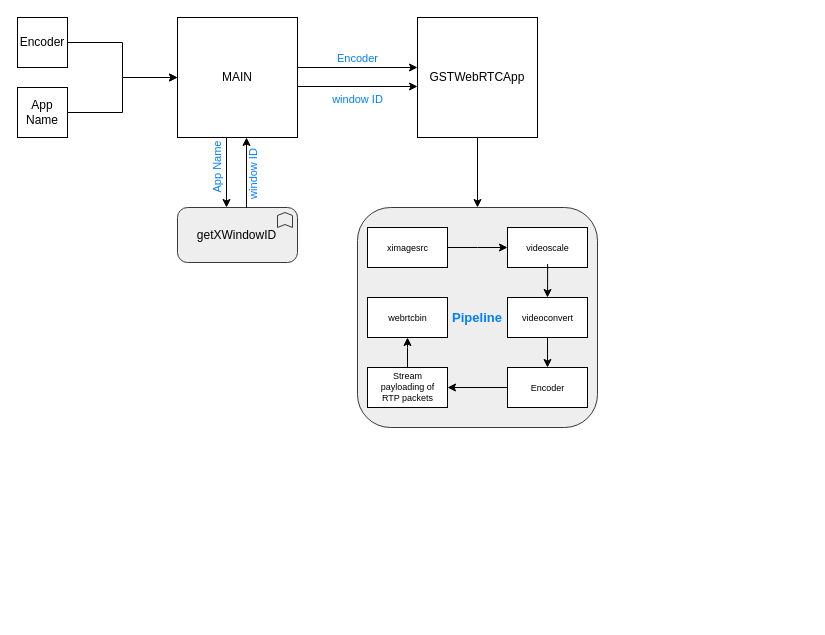
This is page "GStreamer Pipeline" (4 of 6) of docs/img/Architecture.drawio from Truvam/web-3d, a draw.io file, before an edit. Source tidied: cells renumbered, new cells numbered last; positions are measured from the earlier drawing's top-left corner, leaving out a move shared by most shapes. Both pictures are drawn from the tidied source at 100%, with x=0, y=0 at pixel (17, 17).
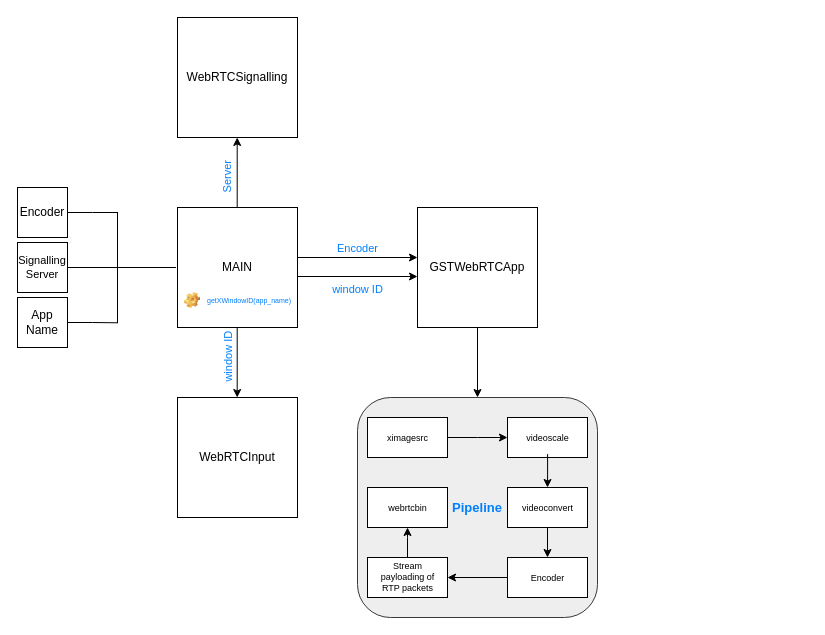
The same diagram, later.

Unchanged cells that the change refers to:
```xml
<mxCell id="3" style="rounded=0;whiteSpace=wrap;html=1;" parent="2" vertex="1">
  <mxGeometry width="120" height="120" as="geometry" />
</mxCell>
<mxCell id="6" style="rounded=0;whiteSpace=wrap;html=1;" parent="5" vertex="1">
  <mxGeometry width="50" height="50" as="geometry" />
</mxCell>
<mxCell id="9" style="rounded=0;whiteSpace=wrap;html=1;" parent="8" vertex="1">
  <mxGeometry width="50" height="50" as="geometry" />
</mxCell>
<mxCell id="23" style="group;" parent="1" vertex="1">
  <mxGeometry x="400" y="10" width="390" height="190" as="geometry" />
</mxCell>
<mxCell id="27" style="rounded=0;whiteSpace=wrap;html=1;" parent="25" vertex="1">
  <mxGeometry width="80" height="40" as="geometry" />
</mxCell>
<mxCell id="44" style="rounded=0;whiteSpace=wrap;html=1;" parent="43" vertex="1">
  <mxGeometry width="80" height="40" as="geometry" />
</mxCell>
```

Change to the diagram source:
```diff
@@
     <mxCell id="2" style="group;" parent="1" vertex="1">
-      <mxGeometry x="160" width="120" height="120" as="geometry" />
+      <mxGeometry x="160" y="190" width="120" height="126" as="geometry" />
     </mxCell>
@@
+    <mxCell id="51" value="getXWindowID(app_name)" style="label;fontStyle=0;strokeColor=none;fillColor=none;align=left;verticalAlign=middle;overflow=hidden;spacingLeft=28;spacingRight=4;imageWidth=16;imageHeight=16;image=img/clipart/Gear_128x128.png;fontSize=7;fontColor=#007FFF;" parent="2" vertex="1">
+      <mxGeometry y="80" width="120" height="26" as="geometry" />
+    </mxCell>
     <mxCell id="5" style="group;" parent="1" vertex="1">
-      <mxGeometry width="50" height="50" as="geometry" />
+      <mxGeometry y="170" width="50" height="50" as="geometry" />
     </mxCell>
@@
     <mxCell id="8" style="group;" parent="1" vertex="1">
-      <mxGeometry y="70" width="50" height="50" as="geometry" />
+      <mxGeometry y="280" width="50" height="50" as="geometry" />
     </mxCell>
@@
-    <mxCell id="11" style="edgeStyle=orthogonalEdgeStyle;rounded=0;jettySize=auto;html=1;entryX=0;entryY=0.5;entryDx=0;entryDy=0;fontFamily=Helvetica;fontColor=#007FFF;align=center;" parent="1" edge="1" source="6" target="3">
-      <mxGeometry relative="1" as="geometry" />
-    </mxCell>
-    <mxCell id="12" style="edgeStyle=orthogonalEdgeStyle;rounded=0;jettySize=auto;html=1;entryX=0;entryY=0.5;entryDx=0;entryDy=0;fontFamily=Helvetica;fontColor=#007FFF;align=center;" parent="1" edge="1" source="9" target="3">
-      <mxGeometry relative="1" as="geometry" />
-    </mxCell>
     <mxCell id="13" style="group;" parent="1" vertex="1">
-      <mxGeometry x="400" width="120" height="120" as="geometry" />
+      <mxGeometry x="400" y="190" width="120" height="120" as="geometry" />
     </mxCell>
@@
-    <mxCell id="16" style="group;" parent="1" vertex="1">
-      <mxGeometry x="160" y="190" width="120" height="55" as="geometry" />
-    </mxCell>
-    <mxCell id="17" style="html=1;whiteSpace=wrap;fillColor=#eeeeee;shape=mxgraph.archimate3.application;appType=func;archiType=rounded;sketch=0;strokeColor=#36393d;fontFamily=Helvetica;" parent="16" vertex="1">
-      <mxGeometry width="120" height="55" as="geometry" />
-    </mxCell>
-    <mxCell id="18" value="getXWindowID" style="text;html=1;strokeColor=none;fillColor=none;align=center;verticalAlign=middle;whiteSpace=wrap;rounded=0;" parent="16" vertex="1">
-      <mxGeometry x="26.4" y="9.2" width="66.7" height="36.7" as="geometry" />
-    </mxCell>
-    <mxCell id="19" value="App Name" style="edgeStyle=orthogonalEdgeStyle;rounded=0;orthogonalLoop=1;jettySize=auto;html=1;entryX=0.5;entryY=0;entryDx=0;entryDy=0;entryPerimeter=0;fontFamily=Helvetica;fontColor=#007FFF;align=center;horizontal=0;verticalAlign=middle;" parent="1" edge="1">
+    <mxCell id="19" value="window ID" style="edgeStyle=orthogonalEdgeStyle;rounded=0;orthogonalLoop=1;jettySize=auto;html=1;entryX=0.5;entryY=0;entryDx=0;entryDy=0;entryPerimeter=0;fontFamily=Helvetica;fontColor=#007FFF;align=center;horizontal=0;verticalAlign=middle;" parent="1" edge="1">
       <mxGeometry x="-0.14" y="-9" relative="1" as="geometry">
-        <mxPoint x="209" y="120" as="sourcePoint" />
-        <mxPoint x="209" y="190" as="targetPoint" />
+        <mxPoint x="219.7" y="310" as="sourcePoint" />
+        <mxPoint x="219.7" y="380" as="targetPoint" />
       </mxGeometry>
     </mxCell>
-    <mxCell id="20" value="window ID" style="edgeStyle=orthogonalEdgeStyle;rounded=0;orthogonalLoop=1;jettySize=auto;html=1;entryX=0.5;entryY=0;entryDx=0;entryDy=0;entryPerimeter=0;fontFamily=Helvetica;fontColor=#007FFF;align=center;horizontal=0;verticalAlign=top;" parent="1" edge="1">
-      <mxGeometry x="0.14" y="-1" relative="1" as="geometry">
-        <mxPoint x="229" y="190" as="sourcePoint" />
-        <mxPoint x="229" y="120" as="targetPoint" />
-      </mxGeometry>
-    </mxCell>
     <mxCell id="21" value="Encoder" style="edgeStyle=orthogonalEdgeStyle;rounded=0;orthogonalLoop=1;jettySize=auto;html=1;entryX=0;entryY=0.5;entryDx=0;entryDy=0;fontFamily=Helvetica;fontColor=#007FFF;align=center;verticalAlign=bottom;" parent="1" edge="1">
       <mxGeometry relative="1" as="geometry">
-        <mxPoint x="280" y="50" as="sourcePoint" />
-        <mxPoint x="400" y="50" as="targetPoint" />
+        <mxPoint x="280" y="240" as="sourcePoint" />
+        <mxPoint x="400" y="240" as="targetPoint" />
       </mxGeometry>
     </mxCell>
     <mxCell id="22" value="window ID" style="edgeStyle=orthogonalEdgeStyle;rounded=0;orthogonalLoop=1;jettySize=auto;html=1;entryX=0;entryY=0.5;entryDx=0;entryDy=0;fontFamily=Helvetica;fontColor=#007FFF;align=center;verticalAlign=top;" parent="1" edge="1">
       <mxGeometry relative="1" as="geometry">
-        <mxPoint x="280" y="69" as="sourcePoint" />
-        <mxPoint x="400" y="69" as="targetPoint" />
+        <mxPoint x="280" y="259" as="sourcePoint" />
+        <mxPoint x="400" y="259" as="targetPoint" />
       </mxGeometry>
     </mxCell>
@@
     <mxCell id="24" style="group;" parent="23" vertex="1">
-      <mxGeometry x="-50" y="200" width="230" height="200" as="geometry" />
+      <mxGeometry x="-50" y="390" width="230" height="200" as="geometry" />
     </mxCell>
@@
+    <mxCell id="52" style="group;" parent="23" vertex="1">
+      <mxGeometry x="-240" y="370" width="120" height="120" as="geometry" />
+    </mxCell>
+    <mxCell id="53" style="rounded=0;whiteSpace=wrap;html=1;" parent="52" vertex="1">
+      <mxGeometry width="120" height="120" as="geometry" />
+    </mxCell>
+    <mxCell id="54" value="WebRTCInput" style="text;html=1;strokeColor=none;fillColor=none;align=center;verticalAlign=middle;whiteSpace=wrap;rounded=0;" parent="52" vertex="1">
+      <mxGeometry x="10" y="10" width="100" height="100" as="geometry" />
+    </mxCell>
     <mxCell id="48" style="edgeStyle=orthogonalEdgeStyle;rounded=0;jettySize=auto;html=1;exitX=1;exitY=0.5;exitDx=0;exitDy=0;fontFamily=Helvetica;fontColor=#007FFF;align=center;" parent="1" edge="1" source="27">
       <mxGeometry relative="1" as="geometry">
-        <mxPoint x="490" y="230" as="targetPoint" />
+        <mxPoint x="490" y="420" as="targetPoint" />
       </mxGeometry>
     </mxCell>
     <mxCell id="49" style="edgeStyle=orthogonalEdgeStyle;rounded=0;jettySize=auto;html=1;fontFamily=Helvetica;fontSize=9;fontColor=#007FFF;align=center;" parent="1" edge="1" source="44">
       <mxGeometry relative="1" as="geometry">
-        <mxPoint x="390" y="320" as="targetPoint" />
+        <mxPoint x="390" y="510" as="targetPoint" />
       </mxGeometry>
     </mxCell>
@@
+    <mxCell id="55" style="group;" parent="1" vertex="1">
+      <mxGeometry x="160" width="120" height="120" as="geometry" />
+    </mxCell>
+    <mxCell id="56" style="rounded=0;whiteSpace=wrap;html=1;" parent="55" vertex="1">
+      <mxGeometry width="120" height="120" as="geometry" />
+    </mxCell>
+    <mxCell id="57" value="WebRTCSignalling" style="text;html=1;strokeColor=none;fillColor=none;align=center;verticalAlign=middle;whiteSpace=wrap;rounded=0;" parent="55" vertex="1">
+      <mxGeometry x="10" y="10" width="100" height="100" as="geometry" />
+    </mxCell>
+    <mxCell id="58" value="Server" style="edgeStyle=orthogonalEdgeStyle;rounded=0;orthogonalLoop=1;jettySize=auto;html=1;entryX=0.5;entryY=0;entryDx=0;entryDy=0;fontFamily=Helvetica;fontSize=11;fontColor=#007FFF;align=center;verticalAlign=middle;horizontal=0;" parent="1" edge="1">
+      <mxGeometry x="-0.14" y="10" relative="1" as="geometry">
+        <mxPoint x="219.7" y="190" as="sourcePoint" />
+        <mxPoint x="219.7" y="120" as="targetPoint" />
+      </mxGeometry>
+    </mxCell>
+    <mxCell id="59" style="group;fontSize=11;" parent="1" vertex="1">
+      <mxGeometry y="225" width="50" height="50" as="geometry" />
+    </mxCell>
+    <mxCell id="60" style="rounded=0;whiteSpace=wrap;html=1;" parent="59" vertex="1">
+      <mxGeometry width="50" height="50" as="geometry" />
+    </mxCell>
+    <mxCell id="61" value="Signalling&lt;br style=&quot;font-size: 11px;&quot;&gt;Server" style="text;html=1;strokeColor=none;fillColor=none;align=center;verticalAlign=middle;whiteSpace=wrap;rounded=0;fontSize=11;" parent="59" vertex="1">
+      <mxGeometry x="4.2" y="4.2" width="41.7" height="41.7" as="geometry" />
+    </mxCell>
+    <mxCell id="62" style="endArrow=none;html=1;strokeWidth=1;fontSize=7;fontColor=#007FFF;rounded=0;" parent="1" edge="1">
+      <mxGeometry relative="1" as="geometry">
+        <mxPoint x="100" y="194.5" as="sourcePoint" />
+        <mxPoint x="100" y="305.7" as="targetPoint" />
+        <Array as="points">
+          <mxPoint x="100" y="210" />
+          <mxPoint x="100" y="200" />
+        </Array>
+      </mxGeometry>
+    </mxCell>
+    <mxCell id="63" style="edgeStyle=orthogonalEdgeStyle;rounded=0;jettySize=auto;html=1;exitX=1;exitY=0.5;exitDx=0;exitDy=0;strokeWidth=1;fontSize=7;fontColor=#007FFF;endArrow=none;endFill=0;" parent="1" edge="1" source="9">
+      <mxGeometry relative="1" as="geometry">
+        <mxPoint x="100" y="305.3" as="targetPoint" />
+      </mxGeometry>
+    </mxCell>
+    <mxCell id="64" style="edgeStyle=orthogonalEdgeStyle;rounded=0;jettySize=auto;html=1;endArrow=none;endFill=0;strokeWidth=1;fontSize=7;fontColor=#007FFF;" parent="1" edge="1" source="6">
+      <mxGeometry relative="1" as="geometry">
+        <mxPoint x="100" y="195" as="targetPoint" />
+      </mxGeometry>
+    </mxCell>
+    <mxCell id="65" style="edgeStyle=orthogonalEdgeStyle;rounded=0;jettySize=auto;html=1;entryX=-0.013;entryY=0.5;entryDx=0;entryDy=0;entryPerimeter=0;endArrow=none;endFill=0;strokeWidth=1;fontSize=7;fontColor=#007FFF;" parent="1" edge="1" source="60" target="3">
+      <mxGeometry relative="1" as="geometry" />
+    </mxCell>
```
